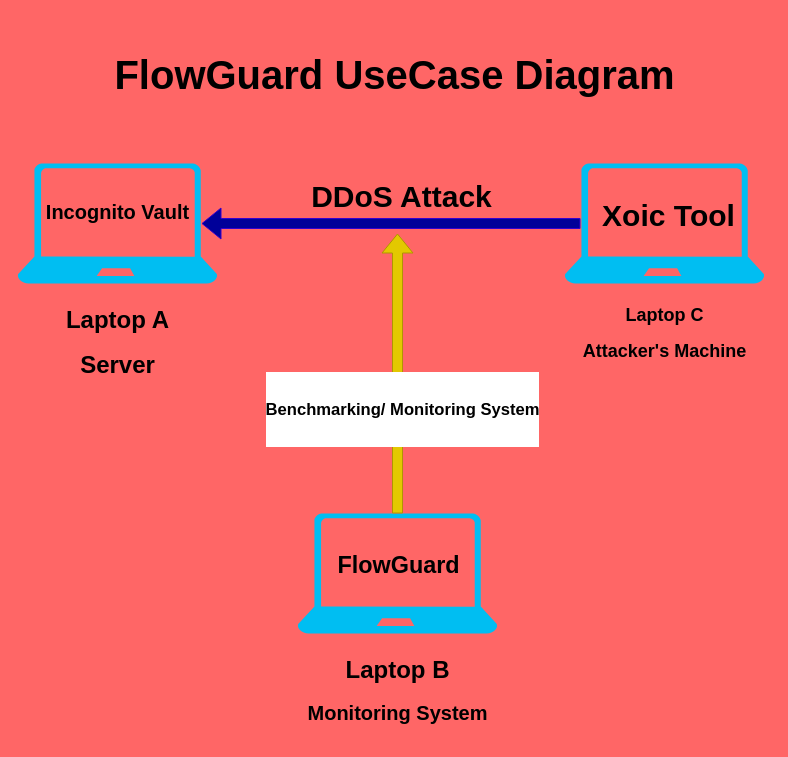
The draw.io diagram System Diagram/usecasediagram.drawio in Cyber-Catalyst/FlowGuard---Securing_Every_Packet, before the edit. Source tidied: cells renumbered, new cells numbered last; positions are measured from the earlier drawing's top-left corner, leaving out a move shared by most shapes. Both pictures are drawn from the tidied source at 100%, with x=0, y=0 at pixel (17, 17).
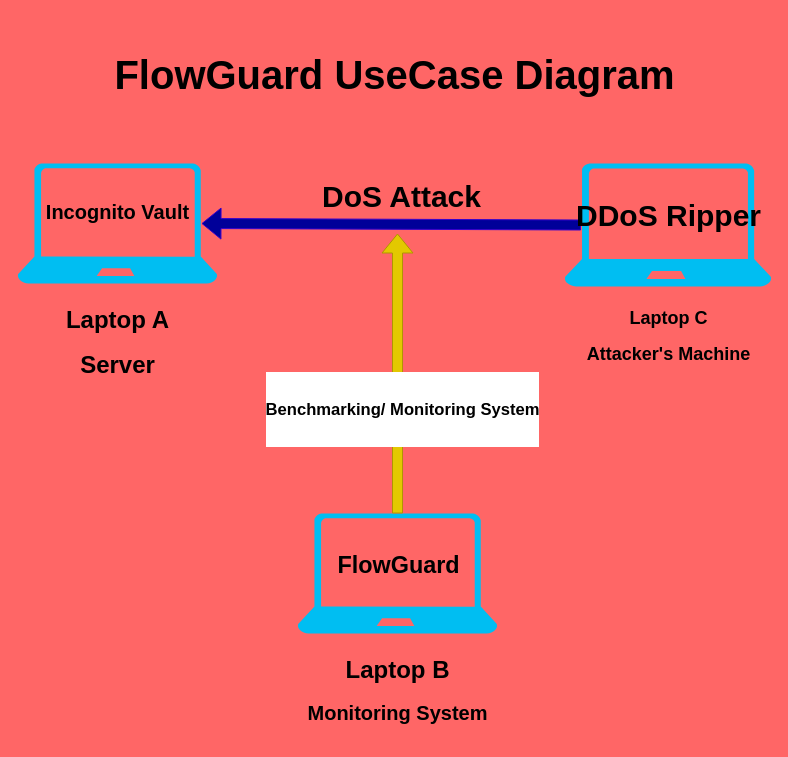
Above is the later version.

What changed in the source:
```diff
@@
 <mxGraphModel background="#FF6666">
   <root>
     <mxCell id="0" />
     <mxCell id="1" parent="0" />
     <mxCell id="2" value="&lt;h1&gt;&lt;b&gt;Laptop A&lt;/b&gt;&lt;/h1&gt;&lt;h1&gt;&lt;b&gt;Server&lt;/b&gt;&lt;br&gt;&lt;/h1&gt;" style="verticalLabelPosition=bottom;html=1;verticalAlign=top;align=center;strokeColor=none;fillColor=#00BEF2;shape=mxgraph.azure.laptop;" parent="1" vertex="1">
       <mxGeometry y="146" width="200" height="120" as="geometry" />
     </mxCell>
     <mxCell id="3" value="&lt;h2&gt;&lt;b&gt;Laptop C&lt;/b&gt;&lt;/h2&gt;&lt;h2&gt;Attacker's Machine&lt;/h2&gt;" style="verticalLabelPosition=bottom;html=1;verticalAlign=top;align=center;strokeColor=none;fillColor=#00BEF2;shape=mxgraph.azure.laptop;" parent="1" vertex="1">
-      <mxGeometry x="547" y="146" width="200" height="120" as="geometry" />
+      <mxGeometry x="547" y="146" width="207" height="123" as="geometry" />
     </mxCell>
     <mxCell id="4" value="&lt;h1&gt;Laptop B&lt;/h1&gt;&lt;h2&gt;&lt;b style=&quot;background-color: initial;&quot;&gt;&lt;font style=&quot;font-size: 20px;&quot;&gt;Monitoring System&lt;/font&gt;&lt;/b&gt;&lt;/h2&gt;" style="verticalLabelPosition=bottom;html=1;verticalAlign=top;align=center;strokeColor=none;fillColor=#00BEF2;shape=mxgraph.azure.laptop;" parent="1" vertex="1">
       <mxGeometry x="280" y="496" width="200" height="120" as="geometry" />
     </mxCell>
     <mxCell id="5" style="shape=flexArrow;endArrow=classic;html=1;exitX=0.08;exitY=0.5;exitDx=0;exitDy=0;exitPerimeter=0;entryX=0.92;entryY=0.5;entryDx=0;entryDy=0;entryPerimeter=0;fillColor=#000099;strokeColor=#3700CC;" parent="1" edge="1" source="3" target="2">
       <mxGeometry relative="1" as="geometry" />
     </mxCell>
     <mxCell id="6" style="shape=flexArrow;endArrow=classic;html=1;exitX=0.5;exitY=0;exitDx=0;exitDy=0;exitPerimeter=0;fillColor=#e3c800;strokeColor=#B09500;" parent="1" edge="1" source="4">
       <mxGeometry relative="1" as="geometry">
         <mxPoint x="380" y="216" as="targetPoint" />
       </mxGeometry>
     </mxCell>
     <mxCell id="7" value="&lt;h5&gt;&lt;b&gt;Benchmarking/ Monitoring System&lt;/b&gt;&lt;/h5&gt;" style="edgeLabel;html=1;align=center;verticalAlign=middle;fontSize=20;" parent="6" vertex="1">
       <mxGeometry x="-0.25" y="-4" relative="1" as="geometry" />
     </mxCell>
-    <mxCell id="8" value="&lt;h2&gt;&lt;b&gt;DDoS Attack&lt;/b&gt;&lt;/h2&gt;" style="text;html=1;align=center;verticalAlign=middle;strokeColor=none;fillColor=none;fontSize=20;" parent="1" vertex="1">
-      <mxGeometry x="284" y="130" width="199" height="98" as="geometry" />
+    <mxCell id="8" value="&lt;h2&gt;&lt;b&gt;DoS Attack&lt;/b&gt;&lt;/h2&gt;" style="text;html=1;align=center;verticalAlign=middle;strokeColor=none;fillColor=none;fontSize=20;" parent="1" vertex="1">
+      <mxGeometry x="295" y="130" width="177" height="98" as="geometry" />
     </mxCell>
     <mxCell id="9" value="&lt;h4&gt;&lt;b&gt;Incognito Vault&lt;/b&gt;&lt;/h4&gt;" style="text;html=1;align=center;verticalAlign=middle;strokeColor=none;fillColor=none;fontSize=20;" parent="1" vertex="1">
       <mxGeometry x="19.5" y="149" width="161" height="89" as="geometry" />
     </mxCell>
-    <mxCell id="10" value="&lt;h2&gt;Xoic Tool&lt;/h2&gt;" style="text;html=1;align=center;verticalAlign=middle;strokeColor=none;fillColor=none;fontSize=20;" parent="1" vertex="1">
-      <mxGeometry x="575" y="149" width="151" height="98" as="geometry" />
+    <mxCell id="10" value="&lt;h2&gt;DDoS Ripper&lt;/h2&gt;" style="text;html=1;align=center;verticalAlign=middle;strokeColor=none;fillColor=none;fontSize=20;" parent="1" vertex="1">
+      <mxGeometry x="549" y="149" width="203" height="98" as="geometry" />
     </mxCell>
     <mxCell id="11" value="&lt;h3&gt;&lt;b&gt;FlowGuard&lt;/b&gt;&lt;/h3&gt;" style="text;html=1;align=center;verticalAlign=middle;strokeColor=none;fillColor=none;fontSize=20;" parent="1" vertex="1">
       <mxGeometry x="310.5" y="504" width="140" height="87" as="geometry" />
     </mxCell>
     <mxCell id="12" value="&lt;h1&gt;FlowGuard UseCase Diagram&lt;/h1&gt;" style="text;html=1;align=center;verticalAlign=middle;strokeColor=none;fillColor=none;fontSize=20;" parent="1" vertex="1">
       <mxGeometry x="88" width="578" height="114" as="geometry" />
     </mxCell>
   </root>
 </mxGraphModel>
```
